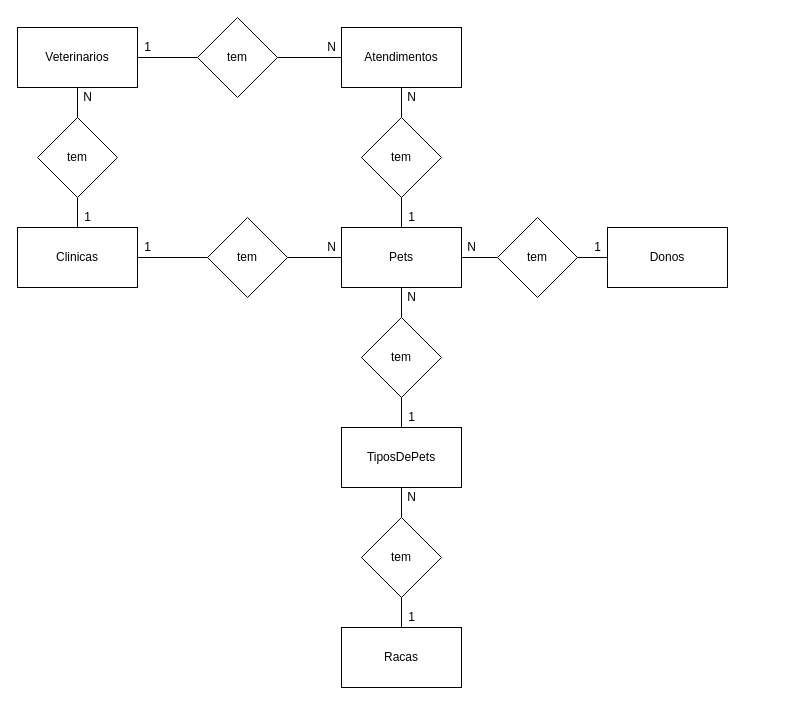
Earlier version of the draw.io diagram page "conceitual" (1 of 2) of exercicios/1.3-exercicio-pclinics/1.3-exercicio-pclinics.drawio (Pedro-B-Alves/senai_sprint1_bd). Source tidied: cells renumbered, new cells numbered last; positions are measured from the earlier drawing's top-left corner, leaving out a move shared by most shapes. Both pictures are drawn from the tidied source at 100%, with x=0, y=0 at pixel (17, 17).
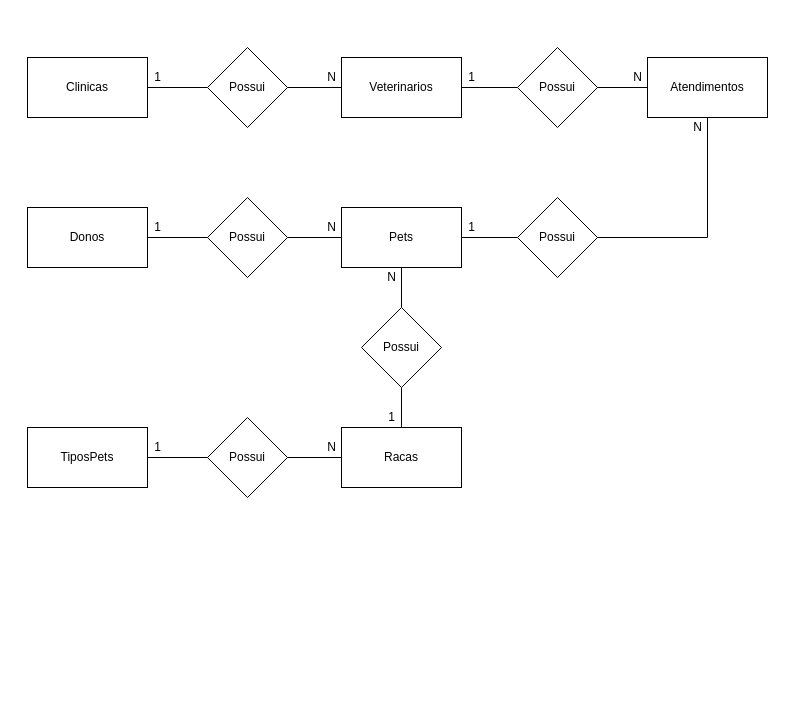
The same diagram, later.

What changed in the source:
```diff
@@
-    <mxCell id="3" style="edgeStyle=orthogonalEdgeStyle;rounded=0;jettySize=auto;html=1;exitX=1;exitY=0.5;exitDx=0;exitDy=0;entryX=0;entryY=0.5;entryDx=0;entryDy=0;endArrow=none;endFill=0;" parent="1" edge="1" source="5" target="11">
-      <mxGeometry relative="1" as="geometry" />
-    </mxCell>
-    <mxCell id="4" style="edgeStyle=orthogonalEdgeStyle;rounded=0;jettySize=auto;html=1;exitX=0.5;exitY=0;exitDx=0;exitDy=0;entryX=0.5;entryY=1;entryDx=0;entryDy=0;endArrow=none;endFill=0;" parent="1" edge="1" source="5" target="33">
-      <mxGeometry relative="1" as="geometry" />
-    </mxCell>
     <mxCell id="5" value="Clinicas" style="rounded=0;whiteSpace=wrap;html=1;" parent="1" vertex="1">
-      <mxGeometry y="210" width="120" height="60" as="geometry" />
+      <mxGeometry x="10" y="40" width="120" height="60" as="geometry" />
     </mxCell>
@@
-    <mxCell id="8" value="N" style="text;html=1;align=center;verticalAlign=middle;" parent="1" vertex="1">
-      <mxGeometry x="304" y="220" width="20" height="20" as="geometry" />
-    </mxCell>
-    <mxCell id="9" value="1" style="text;html=1;align=center;verticalAlign=middle;" parent="1" vertex="1">
-      <mxGeometry x="120" y="220" width="20" height="20" as="geometry" />
-    </mxCell>
-    <mxCell id="10" style="edgeStyle=orthogonalEdgeStyle;rounded=0;jettySize=auto;html=1;exitX=1;exitY=0.5;exitDx=0;exitDy=0;entryX=0;entryY=0.5;entryDx=0;entryDy=0;endArrow=none;endFill=0;" parent="1" edge="1" source="11" target="15">
-      <mxGeometry relative="1" as="geometry" />
-    </mxCell>
-    <mxCell id="11" value="tem" style="rhombus;whiteSpace=wrap;html=1;" parent="1" vertex="1">
-      <mxGeometry x="190" y="200" width="80" height="80" as="geometry" />
-    </mxCell>
+    <mxCell id="13" style="edgeStyle=orthogonalEdgeStyle;rounded=0;jettySize=auto;html=1;exitX=1;exitY=0.5;exitDx=0;exitDy=0;entryX=0;entryY=0.5;entryDx=0;entryDy=0;endArrow=none;endFill=0;" parent="1" edge="1" source="15" target="28">
+      <mxGeometry relative="1" as="geometry" />
+    </mxCell>
@@
-    <mxCell id="13" style="edgeStyle=orthogonalEdgeStyle;rounded=0;jettySize=auto;html=1;exitX=1;exitY=0.5;exitDx=0;exitDy=0;entryX=0;entryY=0.5;entryDx=0;entryDy=0;endArrow=none;endFill=0;" parent="1" edge="1" source="15" target="28">
-      <mxGeometry relative="1" as="geometry" />
-    </mxCell>
-    <mxCell id="14" style="edgeStyle=orthogonalEdgeStyle;rounded=0;jettySize=auto;html=1;exitX=0.5;exitY=0;exitDx=0;exitDy=0;entryX=0.5;entryY=1;entryDx=0;entryDy=0;endArrow=none;endFill=0;" parent="1" edge="1" source="15" target="44">
-      <mxGeometry relative="1" as="geometry" />
-    </mxCell>
     <mxCell id="15" value="Pets" style="rounded=0;whiteSpace=wrap;html=1;" parent="1" vertex="1">
-      <mxGeometry x="324" y="210" width="120" height="60" as="geometry" />
+      <mxGeometry x="324" y="190" width="120" height="60" as="geometry" />
     </mxCell>
-    <mxCell id="16" style="edgeStyle=orthogonalEdgeStyle;rounded=0;jettySize=auto;html=1;exitX=0.5;exitY=1;exitDx=0;exitDy=0;endArrow=none;endFill=0;entryX=0.5;entryY=0;entryDx=0;entryDy=0;" parent="1" edge="1" source="17" target="19">
-      <mxGeometry relative="1" as="geometry" />
-    </mxCell>
+    <mxCell id="47" style="edgeStyle=orthogonalEdgeStyle;rounded=0;jettySize=auto;html=1;exitX=0.5;exitY=1;exitDx=0;exitDy=0;entryX=0.5;entryY=0;entryDx=0;entryDy=0;endArrow=none;endFill=0;" parent="1" edge="1" source="17" target="24">
+      <mxGeometry relative="1" as="geometry" />
+    </mxCell>
-    <mxCell id="17" value="tem" style="rhombus;whiteSpace=wrap;html=1;" parent="1" vertex="1">
-      <mxGeometry x="344" y="300" width="80" height="80" as="geometry" />
+    <mxCell id="17" value="&lt;span&gt;Possui&lt;/span&gt;" style="rhombus;whiteSpace=wrap;html=1;" parent="1" vertex="1">
+      <mxGeometry x="344" y="290" width="80" height="80" as="geometry" />
     </mxCell>
-    <mxCell id="18" style="edgeStyle=orthogonalEdgeStyle;rounded=0;jettySize=auto;html=1;exitX=0.5;exitY=1;exitDx=0;exitDy=0;entryX=0.5;entryY=0;entryDx=0;entryDy=0;endArrow=none;endFill=0;" parent="1" edge="1" source="19" target="23">
-      <mxGeometry relative="1" as="geometry" />
-    </mxCell>
-    <mxCell id="19" value="TiposDePets" style="rounded=0;whiteSpace=wrap;html=1;" parent="1" vertex="1">
-      <mxGeometry x="324" y="410" width="120" height="60" as="geometry" />
+    <mxCell id="19" value="TiposPets" style="rounded=0;whiteSpace=wrap;html=1;" parent="1" vertex="1">
+      <mxGeometry x="10" y="410" width="120" height="60" as="geometry" />
     </mxCell>
     <mxCell id="20" value="1" style="text;html=1;align=center;verticalAlign=middle;" parent="1" vertex="1">
-      <mxGeometry x="384" y="390" width="20" height="20" as="geometry" />
+      <mxGeometry x="364" y="390" width="20" height="20" as="geometry" />
     </mxCell>
     <mxCell id="21" value="N" style="text;html=1;align=center;verticalAlign=middle;" parent="1" vertex="1">
-      <mxGeometry x="384" y="270" width="20" height="20" as="geometry" />
+      <mxGeometry x="364" y="250" width="20" height="20" as="geometry" />
     </mxCell>
-    <mxCell id="22" style="edgeStyle=orthogonalEdgeStyle;rounded=0;jettySize=auto;html=1;exitX=0.5;exitY=1;exitDx=0;exitDy=0;endArrow=none;endFill=0;" parent="1" edge="1" source="23" target="24">
-      <mxGeometry relative="1" as="geometry" />
-    </mxCell>
+    <mxCell id="48" style="edgeStyle=orthogonalEdgeStyle;rounded=0;jettySize=auto;html=1;exitX=0;exitY=0.5;exitDx=0;exitDy=0;endArrow=none;endFill=0;" parent="1" edge="1" source="23" target="19">
+      <mxGeometry relative="1" as="geometry" />
+    </mxCell>
-    <mxCell id="23" value="tem" style="rhombus;whiteSpace=wrap;html=1;" parent="1" vertex="1">
-      <mxGeometry x="344" y="500" width="80" height="80" as="geometry" />
+    <mxCell id="23" value="&lt;span&gt;Possui&lt;/span&gt;" style="rhombus;whiteSpace=wrap;html=1;" parent="1" vertex="1">
+      <mxGeometry x="190" y="400" width="80" height="80" as="geometry" />
     </mxCell>
+    <mxCell id="49" style="edgeStyle=orthogonalEdgeStyle;rounded=0;jettySize=auto;html=1;exitX=0;exitY=0.5;exitDx=0;exitDy=0;entryX=1;entryY=0.5;entryDx=0;entryDy=0;endArrow=none;endFill=0;" parent="1" edge="1" source="24" target="23">
+      <mxGeometry relative="1" as="geometry" />
+    </mxCell>
     <mxCell id="24" value="Racas" style="rounded=0;whiteSpace=wrap;html=1;" parent="1" vertex="1">
-      <mxGeometry x="324" y="610" width="120" height="60" as="geometry" />
+      <mxGeometry x="324" y="410" width="120" height="60" as="geometry" />
     </mxCell>
     <mxCell id="25" value="1" style="text;html=1;align=center;verticalAlign=middle;" parent="1" vertex="1">
-      <mxGeometry x="384" y="590" width="20" height="20" as="geometry" />
+      <mxGeometry x="130" y="420" width="20" height="20" as="geometry" />
     </mxCell>
     <mxCell id="26" value="N" style="text;html=1;align=center;verticalAlign=middle;" parent="1" vertex="1">
-      <mxGeometry x="384" y="470" width="20" height="20" as="geometry" />
+      <mxGeometry x="304" y="420" width="20" height="20" as="geometry" />
     </mxCell>
-    <mxCell id="27" style="edgeStyle=orthogonalEdgeStyle;rounded=0;jettySize=auto;html=1;exitX=1;exitY=0.5;exitDx=0;exitDy=0;entryX=0;entryY=0.5;entryDx=0;entryDy=0;endArrow=none;endFill=0;" parent="1" edge="1" source="28" target="29">
-      <mxGeometry relative="1" as="geometry" />
-    </mxCell>
+    <mxCell id="50" style="edgeStyle=orthogonalEdgeStyle;rounded=0;jettySize=auto;html=1;exitX=1;exitY=0.5;exitDx=0;exitDy=0;entryX=0.5;entryY=1;entryDx=0;entryDy=0;endArrow=none;endFill=0;" parent="1" edge="1" source="28" target="40">
+      <mxGeometry relative="1" as="geometry" />
+    </mxCell>
-    <mxCell id="28" value="tem" style="rhombus;whiteSpace=wrap;html=1;" parent="1" vertex="1">
-      <mxGeometry x="480" y="200" width="80" height="80" as="geometry" />
+    <mxCell id="28" value="&lt;span&gt;Possui&lt;/span&gt;" style="rhombus;whiteSpace=wrap;html=1;" parent="1" vertex="1">
+      <mxGeometry x="500" y="180" width="80" height="80" as="geometry" />
     </mxCell>
+    <mxCell id="51" style="edgeStyle=orthogonalEdgeStyle;rounded=0;jettySize=auto;html=1;exitX=1;exitY=0.5;exitDx=0;exitDy=0;entryX=0;entryY=0.5;entryDx=0;entryDy=0;endArrow=none;endFill=0;" parent="1" edge="1" source="29" target="44">
+      <mxGeometry relative="1" as="geometry" />
+    </mxCell>
     <mxCell id="29" value="Donos" style="rounded=0;whiteSpace=wrap;html=1;" parent="1" vertex="1">
-      <mxGeometry x="590" y="210" width="120" height="60" as="geometry" />
+      <mxGeometry x="10" y="190" width="120" height="60" as="geometry" />
     </mxCell>
     <mxCell id="30" value="1" style="text;html=1;align=center;verticalAlign=middle;" parent="1" vertex="1">
-      <mxGeometry x="570" y="220" width="20" height="20" as="geometry" />
+      <mxGeometry x="444" y="200" width="20" height="20" as="geometry" />
     </mxCell>
     <mxCell id="31" value="N" style="text;html=1;align=center;verticalAlign=middle;" parent="1" vertex="1">
-      <mxGeometry x="444" y="220" width="20" height="20" as="geometry" />
+      <mxGeometry x="304" y="200" width="20" height="20" as="geometry" />
     </mxCell>
+    <mxCell id="52" style="edgeStyle=orthogonalEdgeStyle;rounded=0;jettySize=auto;html=1;exitX=0;exitY=0.5;exitDx=0;exitDy=0;entryX=1;entryY=0.5;entryDx=0;entryDy=0;endArrow=none;endFill=0;" parent="1" edge="1" source="33" target="5">
+      <mxGeometry relative="1" as="geometry" />
+    </mxCell>
-    <mxCell id="32" style="edgeStyle=orthogonalEdgeStyle;rounded=0;jettySize=auto;html=1;exitX=0.5;exitY=0;exitDx=0;exitDy=0;entryX=0.5;entryY=1;entryDx=0;entryDy=0;endArrow=none;endFill=0;" parent="1" edge="1" source="33" target="35">
+    <mxCell id="32" style="edgeStyle=orthogonalEdgeStyle;rounded=0;jettySize=auto;html=1;exitX=1;exitY=0.5;exitDx=0;exitDy=0;entryX=0;entryY=0.5;entryDx=0;entryDy=0;endArrow=none;endFill=0;" parent="1" edge="1" source="33" target="35">
       <mxGeometry relative="1" as="geometry" />
     </mxCell>
-    <mxCell id="33" value="tem" style="rhombus;whiteSpace=wrap;html=1;" parent="1" vertex="1">
-      <mxGeometry x="20" y="100" width="80" height="80" as="geometry" />
+    <mxCell id="33" value="Possui" style="rhombus;whiteSpace=wrap;html=1;" parent="1" vertex="1">
+      <mxGeometry x="190" y="30" width="80" height="80" as="geometry" />
     </mxCell>
@@
     <mxCell id="35" value="Veterinarios" style="rounded=0;whiteSpace=wrap;html=1;" parent="1" vertex="1">
-      <mxGeometry y="10" width="120" height="60" as="geometry" />
+      <mxGeometry x="324" y="40" width="120" height="60" as="geometry" />
     </mxCell>
     <mxCell id="36" value="N" style="text;html=1;align=center;verticalAlign=middle;" parent="1" vertex="1">
-      <mxGeometry x="60" y="70" width="20" height="20" as="geometry" />
+      <mxGeometry x="304" y="50" width="20" height="20" as="geometry" />
     </mxCell>
     <mxCell id="37" value="1" style="text;html=1;align=center;verticalAlign=middle;" parent="1" vertex="1">
-      <mxGeometry x="60" y="190" width="20" height="20" as="geometry" />
+      <mxGeometry x="130" y="50" width="20" height="20" as="geometry" />
     </mxCell>
@@
-    <mxCell id="39" value="tem" style="rhombus;whiteSpace=wrap;html=1;" parent="1" vertex="1">
-      <mxGeometry x="180" width="80" height="80" as="geometry" />
+    <mxCell id="39" value="&lt;span&gt;Possui&lt;/span&gt;" style="rhombus;whiteSpace=wrap;html=1;" parent="1" vertex="1">
+      <mxGeometry x="500" y="30" width="80" height="80" as="geometry" />
     </mxCell>
     <mxCell id="40" value="Atendimentos" style="rounded=0;whiteSpace=wrap;html=1;" parent="1" vertex="1">
-      <mxGeometry x="324" y="10" width="120" height="60" as="geometry" />
+      <mxGeometry x="630" y="40" width="120" height="60" as="geometry" />
     </mxCell>
     <mxCell id="41" value="1" style="text;html=1;align=center;verticalAlign=middle;" parent="1" vertex="1">
-      <mxGeometry x="120" y="20" width="20" height="20" as="geometry" />
+      <mxGeometry x="444" y="50" width="20" height="20" as="geometry" />
     </mxCell>
     <mxCell id="42" value="N" style="text;html=1;align=center;verticalAlign=middle;" parent="1" vertex="1">
-      <mxGeometry x="304" y="20" width="20" height="20" as="geometry" />
+      <mxGeometry x="610" y="50" width="20" height="20" as="geometry" />
     </mxCell>
-    <mxCell id="43" style="edgeStyle=orthogonalEdgeStyle;rounded=0;jettySize=auto;html=1;exitX=0.5;exitY=0;exitDx=0;exitDy=0;entryX=0.5;entryY=1;entryDx=0;entryDy=0;endArrow=none;endFill=0;" parent="1" edge="1" source="44" target="40">
-      <mxGeometry relative="1" as="geometry" />
-    </mxCell>
+    <mxCell id="53" style="edgeStyle=orthogonalEdgeStyle;rounded=0;jettySize=auto;html=1;exitX=1;exitY=0.5;exitDx=0;exitDy=0;entryX=0;entryY=0.5;entryDx=0;entryDy=0;endArrow=none;endFill=0;" parent="1" edge="1" source="44" target="15">
+      <mxGeometry relative="1" as="geometry" />
+    </mxCell>
-    <mxCell id="44" value="tem" style="rhombus;whiteSpace=wrap;html=1;" parent="1" vertex="1">
-      <mxGeometry x="344" y="100" width="80" height="80" as="geometry" />
+    <mxCell id="44" value="&lt;span&gt;Possui&lt;/span&gt;" style="rhombus;whiteSpace=wrap;html=1;" parent="1" vertex="1">
+      <mxGeometry x="190" y="180" width="80" height="80" as="geometry" />
     </mxCell>
     <mxCell id="45" value="1" style="text;html=1;align=center;verticalAlign=middle;" parent="1" vertex="1">
-      <mxGeometry x="384" y="190" width="20" height="20" as="geometry" />
+      <mxGeometry x="130" y="200" width="20" height="20" as="geometry" />
     </mxCell>
     <mxCell id="46" value="N" style="text;html=1;align=center;verticalAlign=middle;" parent="1" vertex="1">
-      <mxGeometry x="384" y="70" width="20" height="20" as="geometry" />
+      <mxGeometry x="670" y="100" width="20" height="20" as="geometry" />
     </mxCell>
```
